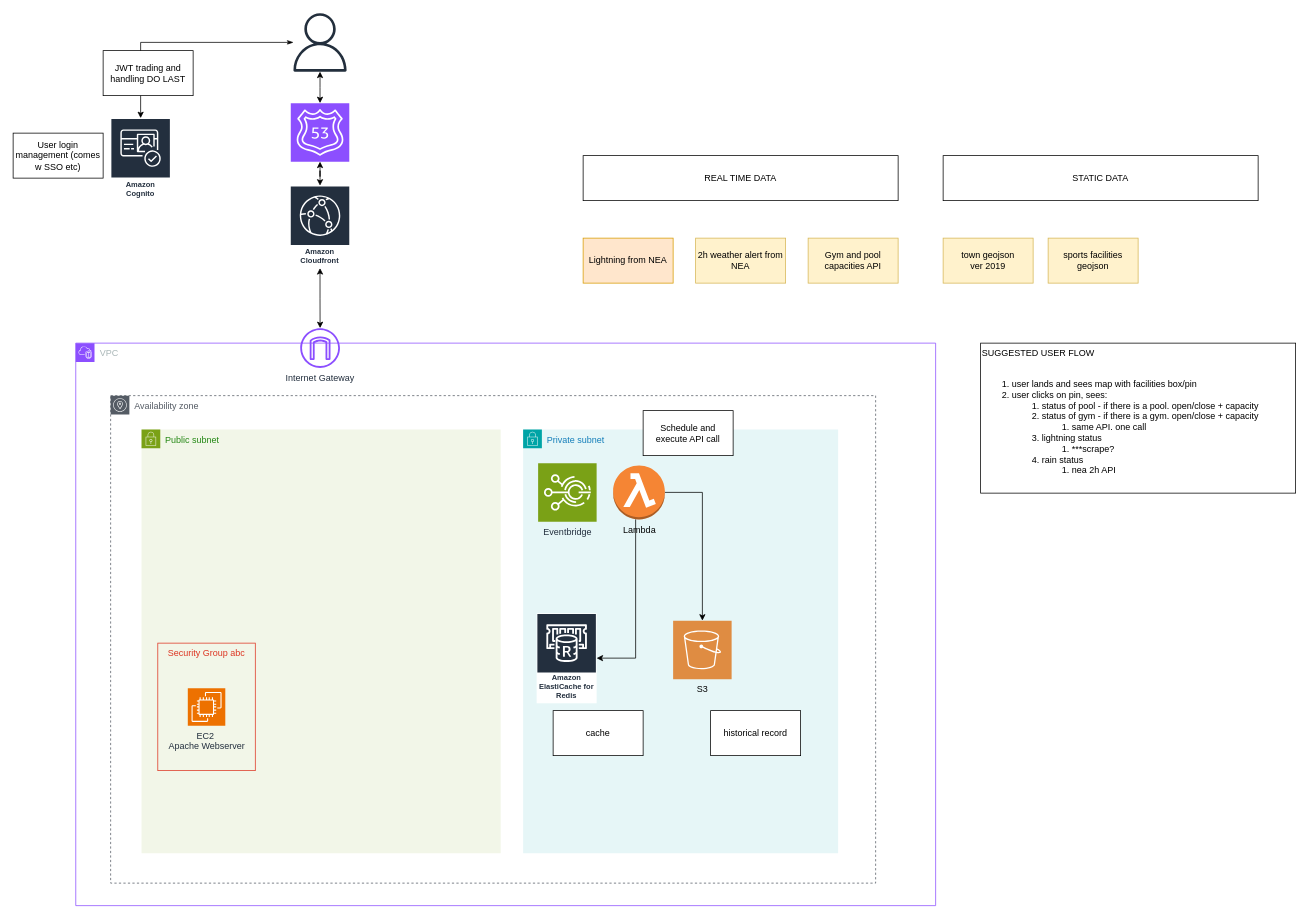
Before: architectureDiagram/architectureDiagram.drawio in rifqirafifandi/LightningCat, a draw.io diagram. Source tidied: cells renumbered, new cells numbered last; positions are measured from the earlier drawing's top-left corner, leaving out a move shared by most shapes. Both pictures are drawn from the tidied source at 75%, with x=0, y=0 at pixel (13, 13).
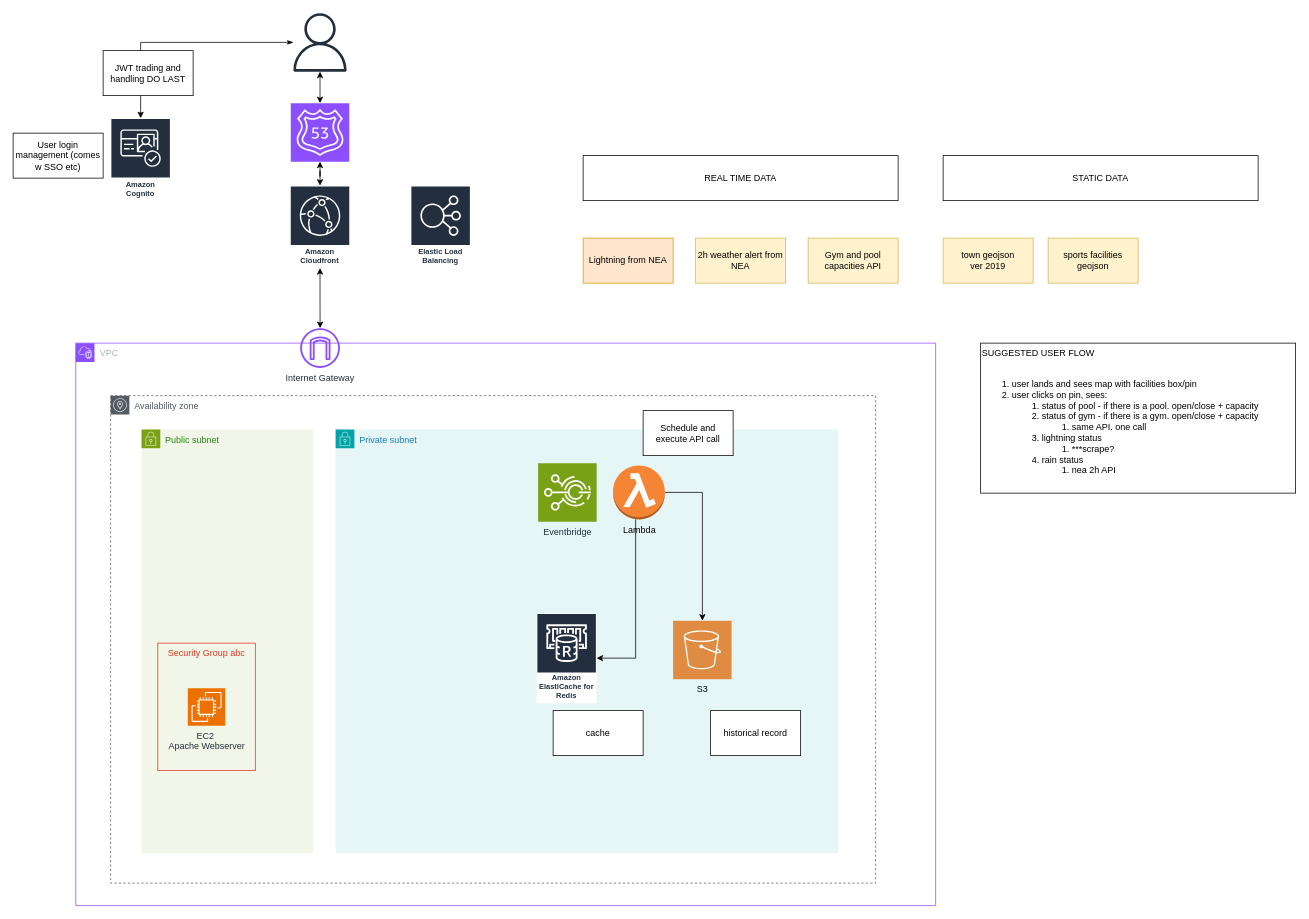
After the change.

Commit message (it also covers changes not shown here):
updated arch diagram

Change to the diagram source:
```diff
@@
     <mxCell id="13" value="Public subnet" style="gradientColor=none;html=1;whiteSpace=wrap;fontSize=12;fontStyle=0;shape=mxgraph.aws4.group;grIcon=mxgraph.aws4.group_security_group;grStroke=0;strokeColor=#7AA116;fillColor=#F2F6E8;verticalAlign=top;align=left;spacingLeft=30;fontColor=#248814;dashed=0;" parent="1" vertex="1">
-      <mxGeometry x="171.2" y="555" width="478.9" height="565" as="geometry" />
+      <mxGeometry x="171.2" y="555" width="228.8" height="565" as="geometry" />
     </mxCell>
     <mxCell id="14" value="Private subnet" style="gradientColor=none;html=1;whiteSpace=wrap;fontSize=12;fontStyle=0;shape=mxgraph.aws4.group;grIcon=mxgraph.aws4.group_security_group;grStroke=0;strokeColor=#00A4A6;fillColor=#E6F6F7;verticalAlign=top;align=left;spacingLeft=30;fontColor=#147EBA;dashed=0;" parent="1" vertex="1">
-      <mxGeometry x="680" y="555" width="420" height="565" as="geometry" />
+      <mxGeometry x="430" y="555" width="670" height="565" as="geometry" />
     </mxCell>
@@
+    <mxCell id="36" value="Elastic Load Balancing" style="sketch=0;fontColor=#232F3E;gradientColor=none;strokeColor=#ffffff;fillColor=#232F3E;dashed=0;verticalLabelPosition=middle;verticalAlign=bottom;align=center;html=1;whiteSpace=wrap;fontSize=10;fontStyle=1;spacing=3;shape=mxgraph.aws4.productIcon;prIcon=mxgraph.aws4.elastic_load_balancing;" parent="1" vertex="1">
+      <mxGeometry x="530" y="230" width="80" height="110" as="geometry" />
+    </mxCell>
```
